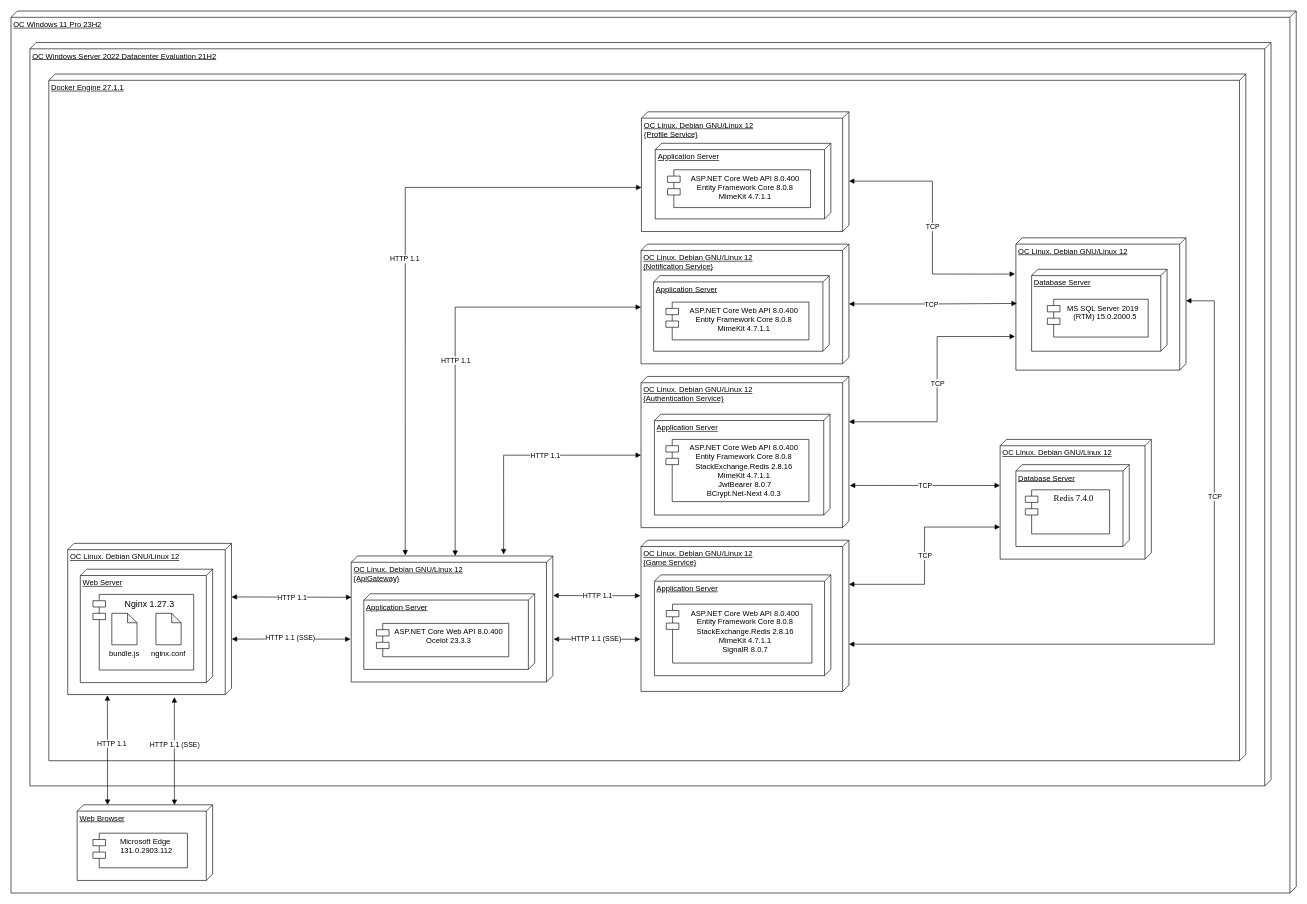
This is page "Page-1" (1 of 2) of Documentation/diagrams/new 2.0/Architecture.drawio from pome1lo/Bellini, a draw.io file, before an edit. Source tidied: cells renumbered, new cells numbered last; positions are measured from the earlier drawing's top-left corner, leaving out a move shared by most shapes. Both pictures are drawn from the tidied source at 63%, with x=0, y=0 at pixel (11, 11).
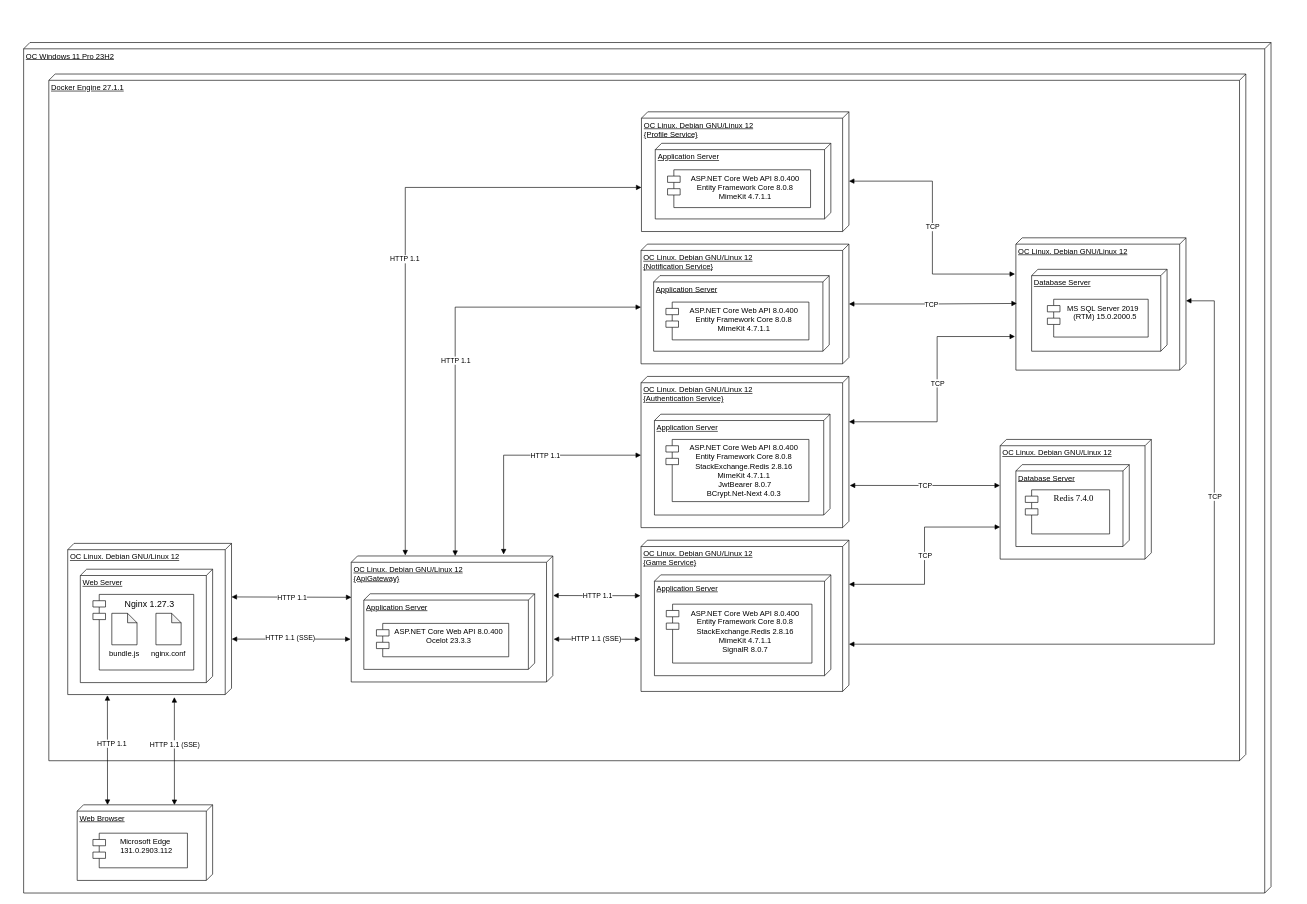
The same page after the edit.

What changed in the source:
```diff
@@
     <mxCell id="2" value="&lt;div&gt;OC Windows 11 Pro 23H2&lt;/div&gt;" style="verticalAlign=top;align=left;spacingTop=8;spacingLeft=2;spacingRight=12;shape=cube;size=10;direction=south;fontStyle=4;html=1;whiteSpace=wrap;" parent="1" vertex="1">
-      <mxGeometry width="2040" height="1400" as="geometry" />
+      <mxGeometry x="20" y="50" width="1980" height="1350" as="geometry" />
     </mxCell>
-    <mxCell id="3" value="ОС Windows Server 2022 Datacenter Evaluation 21H2&lt;div&gt;&lt;br&gt;&lt;/div&gt;" style="verticalAlign=top;align=left;spacingTop=8;spacingLeft=2;spacingRight=12;shape=cube;size=10;direction=south;fontStyle=4;html=1;whiteSpace=wrap;" parent="1" vertex="1">
-      <mxGeometry x="30" y="50" width="1970" height="1180" as="geometry" />
-    </mxCell>
```
